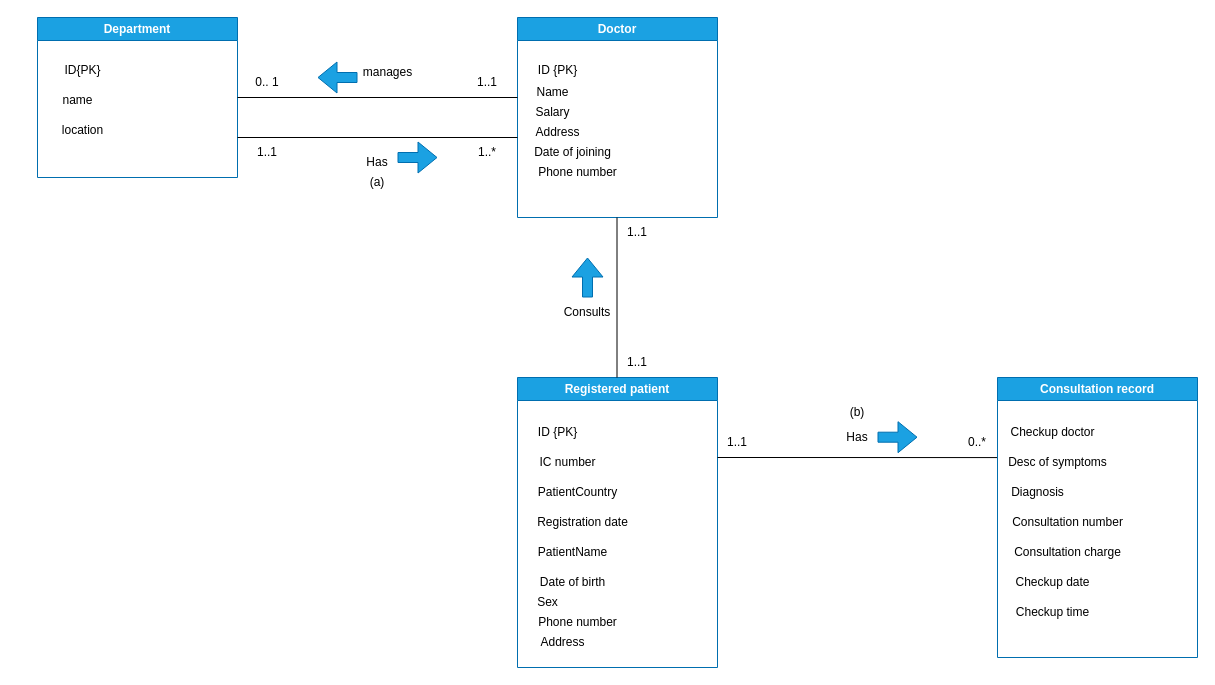
Antonioiewh/DB_MANAGEMENT keeps this draw.io diagram as Student1_DBMS_ASSN1.drawio. Above is the earlier version. Source tidied: cells renumbered, new cells numbered last; positions are measured from the earlier drawing's top-left corner, leaving out a move shared by most shapes. Both pictures are drawn from the tidied source at 100%, with x=0, y=0 at pixel (37, 17).
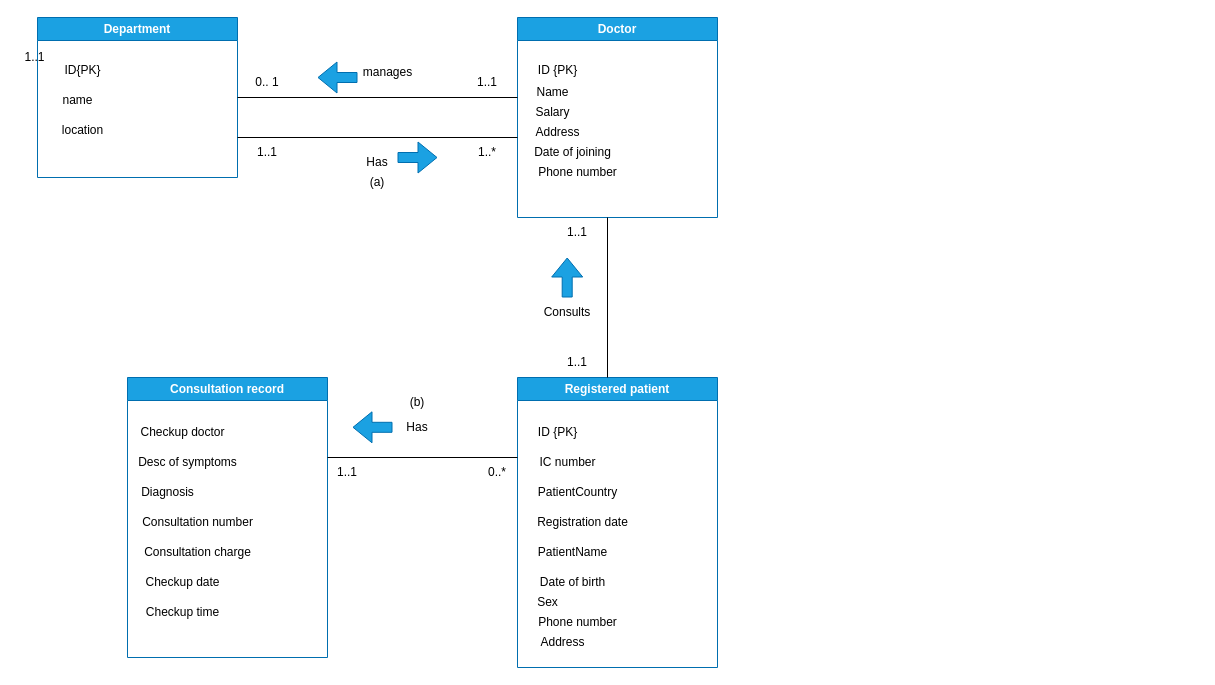
The same page after the edit.

The change refers to these unchanged cells:
```xml
<mxCell id="28" value="Desc of symptoms" style="text;html=1;align=center;verticalAlign=middle;points=[];strokeColor=none;fillColor=none;" parent="26" vertex="1">
  <mxGeometry y="70" width="120" height="30" as="geometry" />
</mxCell>
```

What changed in the source:
```diff
@@
     <mxCell id="25" style="endArrow=none;html=1;rounded=0;entryX=0.5;entryY=1;entryDx=0;entryDy=0;exitX=0.5;exitY=0;exitDx=0;exitDy=0;" parent="1" edge="1">
       <mxGeometry relative="1" as="geometry">
-        <mxPoint x="579.5" y="360" as="sourcePoint" />
-        <mxPoint x="579.5" y="200" as="targetPoint" />
+        <mxPoint x="570" y="360" as="sourcePoint" />
+        <mxPoint x="570" y="200" as="targetPoint" />
       </mxGeometry>
     </mxCell>
     <mxCell id="26" value="Consultation record" style="swimlane;whiteSpace=wrap;html=1;fillColor=#1ba1e2;fontColor=#ffffff;strokeColor=#006EAF;" parent="1" vertex="1">
-      <mxGeometry x="960" y="360" width="200" height="280" as="geometry" />
+      <mxGeometry x="90" y="360" width="200" height="280" as="geometry" />
     </mxCell>
@@
-    <mxCell id="34" style="endArrow=none;html=1;rounded=0;entryX=-0.004;entryY=0.336;entryDx=0;entryDy=0;entryPerimeter=0;" parent="1" edge="1" target="28">
+    <mxCell id="34" style="endArrow=none;html=1;rounded=0;" parent="1" edge="1">
       <mxGeometry relative="1" as="geometry">
-        <mxPoint x="680" y="440" as="sourcePoint" />
+        <mxPoint x="480" y="440" as="sourcePoint" />
+        <mxPoint x="290" y="440" as="targetPoint" />
       </mxGeometry>
     </mxCell>
@@
     <mxCell id="43" style="shape=flexArrow;endArrow=block;html=1;rounded=0;fillColor=#1ba1e2;strokeColor=#006EAF;" parent="1" edge="1">
       <mxGeometry relative="1" as="geometry">
-        <mxPoint x="550" y="280" as="sourcePoint" />
-        <mxPoint x="550" y="240" as="targetPoint" />
+        <mxPoint x="529.7" y="280" as="sourcePoint" />
+        <mxPoint x="529.7" y="240" as="targetPoint" />
       </mxGeometry>
     </mxCell>
     <mxCell id="44" value="Consults" style="text;html=1;align=center;verticalAlign=middle;whiteSpace=wrap;rounded=0;direction=west;flipV=1;flipH=1;" parent="1" vertex="1">
-      <mxGeometry x="520" y="280" width="60" height="30" as="geometry" />
+      <mxGeometry x="500" y="280" width="60" height="30" as="geometry" />
     </mxCell>
     <mxCell id="45" value="1..1" style="text;html=1;align=center;verticalAlign=middle;whiteSpace=wrap;rounded=0;" parent="1" vertex="1">
-      <mxGeometry x="570" y="200" width="60" height="30" as="geometry" />
+      <mxGeometry x="510" y="200" width="60" height="30" as="geometry" />
     </mxCell>
     <mxCell id="46" value="1..1" style="text;html=1;align=center;verticalAlign=middle;whiteSpace=wrap;rounded=0;" parent="1" vertex="1">
-      <mxGeometry x="570" y="330" width="60" height="30" as="geometry" />
+      <mxGeometry x="510" y="330" width="60" height="30" as="geometry" />
     </mxCell>
     <mxCell id="47" style="shape=flexArrow;endArrow=block;html=1;rounded=0;fillColor=#1ba1e2;strokeColor=#006EAF;" parent="1" edge="1">
       <mxGeometry relative="1" as="geometry">
-        <mxPoint x="840" y="419.7" as="sourcePoint" />
-        <mxPoint x="880" y="419.7" as="targetPoint" />
+        <mxPoint x="355" y="409.8" as="sourcePoint" />
+        <mxPoint x="315" y="409.8" as="targetPoint" />
       </mxGeometry>
     </mxCell>
     <mxCell id="48" value="Has" style="text;html=1;align=center;verticalAlign=middle;whiteSpace=wrap;rounded=0;" parent="1" vertex="1">
-      <mxGeometry x="790" y="405" width="60" height="30" as="geometry" />
+      <mxGeometry x="350" y="395" width="60" height="30" as="geometry" />
     </mxCell>
     <mxCell id="49" value="1..1" style="text;html=1;align=center;verticalAlign=middle;whiteSpace=wrap;rounded=0;" parent="1" vertex="1">
-      <mxGeometry x="670" y="410" width="60" height="30" as="geometry" />
+      <mxGeometry x="280" y="440" width="60" height="30" as="geometry" />
     </mxCell>
     <mxCell id="50" value="0..*" style="text;html=1;align=center;verticalAlign=middle;whiteSpace=wrap;rounded=0;" parent="1" vertex="1">
-      <mxGeometry x="910" y="410" width="60" height="30" as="geometry" />
+      <mxGeometry x="430" y="440" width="60" height="30" as="geometry" />
     </mxCell>
@@
     <mxCell id="52" value="&lt;font style=&quot;color: light-dark(rgb(0, 0, 0), rgb(255, 0, 0));&quot;&gt;(b)&lt;/font&gt;" style="text;html=1;align=center;verticalAlign=middle;whiteSpace=wrap;rounded=0;" parent="1" vertex="1">
-      <mxGeometry x="790" y="380" width="60" height="30" as="geometry" />
+      <mxGeometry x="350" y="370" width="60" height="30" as="geometry" />
     </mxCell>
+    <mxCell id="53" value="1..1" style="text;html=1;align=center;verticalAlign=middle;whiteSpace=wrap;rounded=0;" parent="1" vertex="1">
+      <mxGeometry x="-20" y="30" width="35" height="20" as="geometry" />
+    </mxCell>
```
